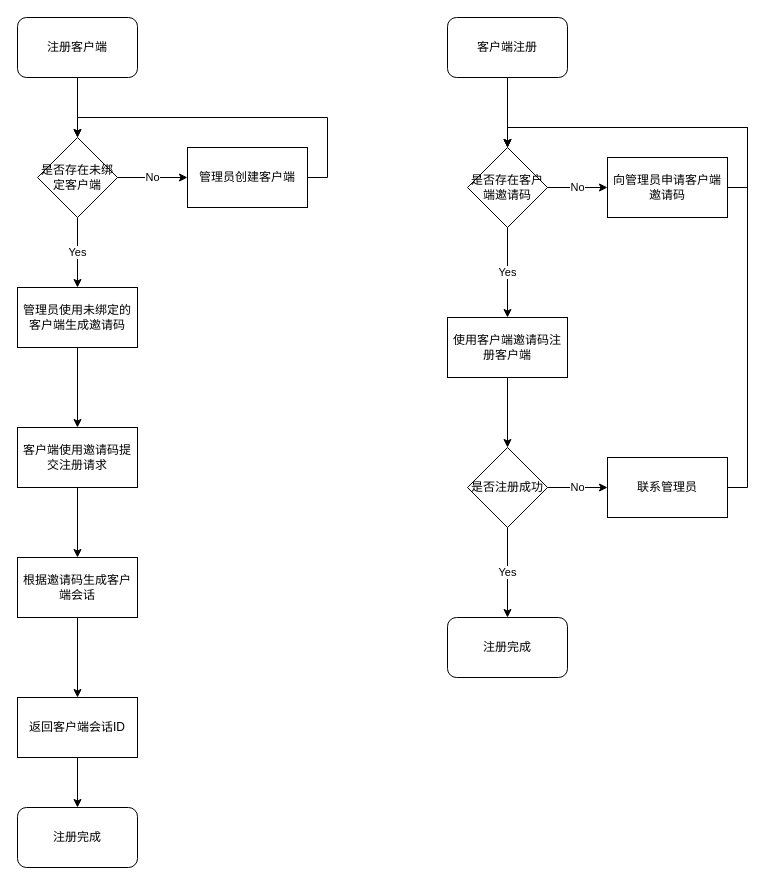
Earlier version of the draw.io diagram 基于Golang和React的内网资源管理软件-后端.drawio (anyingiit/Draw.io). Source tidied: cells renumbered, new cells numbered last; positions are measured from the earlier drawing's top-left corner, leaving out a move shared by most shapes. Both pictures are drawn from the tidied source at 100%, with x=0, y=0 at pixel (17, 17).
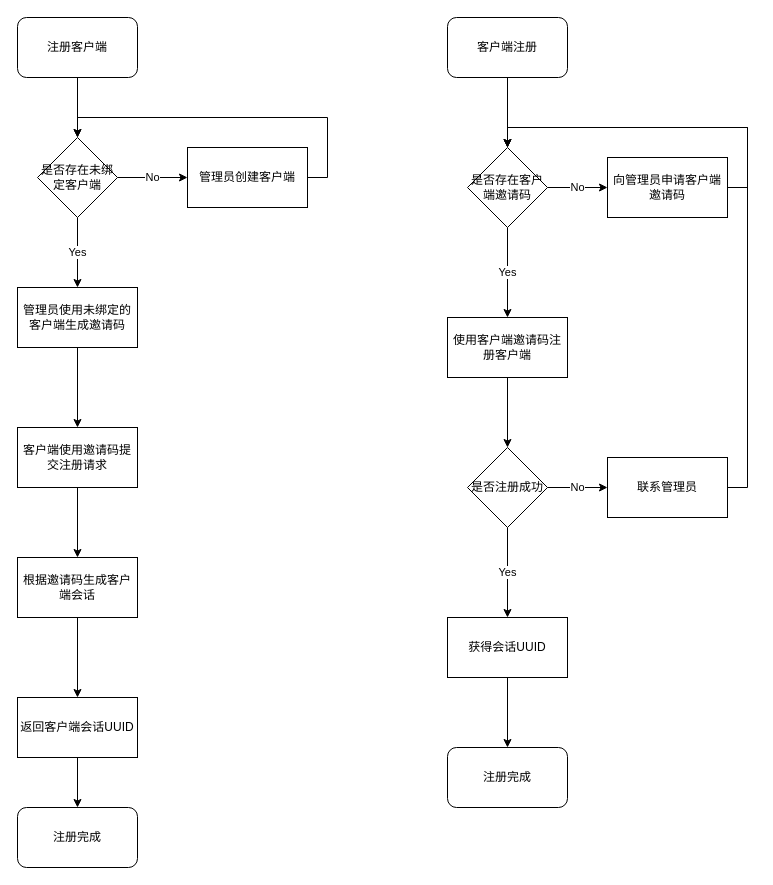
Above is the later version.

Commit message (it also covers changes not shown here):
Update 基于Golang和React的内网资源管理软件-后端.drawio

Unchanged cells that the change refers to:
```xml
<mxCell id="29" value="是否注册成功" style="rhombus;whiteSpace=wrap;html=1;" parent="1" vertex="1">
  <mxGeometry x="450" y="430" width="80" height="80" as="geometry" />
</mxCell>
```

Change to the diagram source:
```diff
@@
-    <mxCell id="11" value="返回客户端会话ID" style="whiteSpace=wrap;html=1;rounded=0;" parent="1" vertex="1">
+    <mxCell id="11" value="返回客户端会话UUID" style="whiteSpace=wrap;html=1;rounded=0;" parent="1" vertex="1">
       <mxGeometry y="680" width="120" height="60" as="geometry" />
     </mxCell>
@@
-    <mxCell id="27" value="Yes" style="edgeStyle=orthogonalEdgeStyle;rounded=0;jettySize=auto;html=1;" parent="1" edge="1" source="29" target="30">
+    <mxCell id="27" value="Yes" style="edgeStyle=orthogonalEdgeStyle;rounded=0;jettySize=auto;html=1;entryX=0.5;entryY=0;entryDx=0;entryDy=0;" parent="1" edge="1" source="29" target="34">
       <mxGeometry relative="1" as="geometry" />
     </mxCell>
@@
-    <mxCell id="30" value="注册完成" style="rounded=1;whiteSpace=wrap;html=1;" parent="1" vertex="1">
-      <mxGeometry x="430" y="600" width="120" height="60" as="geometry" />
-    </mxCell>
@@
+    <mxCell id="33" style="edgeStyle=orthogonalEdgeStyle;rounded=0;jettySize=auto;html=1;" parent="1" edge="1" source="34" target="30">
+      <mxGeometry relative="1" as="geometry" />
+    </mxCell>
+    <mxCell id="34" value="获得会话UUID" style="rounded=0;whiteSpace=wrap;html=1;" parent="1" vertex="1">
+      <mxGeometry x="430" y="600" width="120" height="60" as="geometry" />
+    </mxCell>
+    <mxCell id="30" value="注册完成" style="rounded=1;whiteSpace=wrap;html=1;" parent="1" vertex="1">
+      <mxGeometry x="430" y="730" width="120" height="60" as="geometry" />
+    </mxCell>
```
